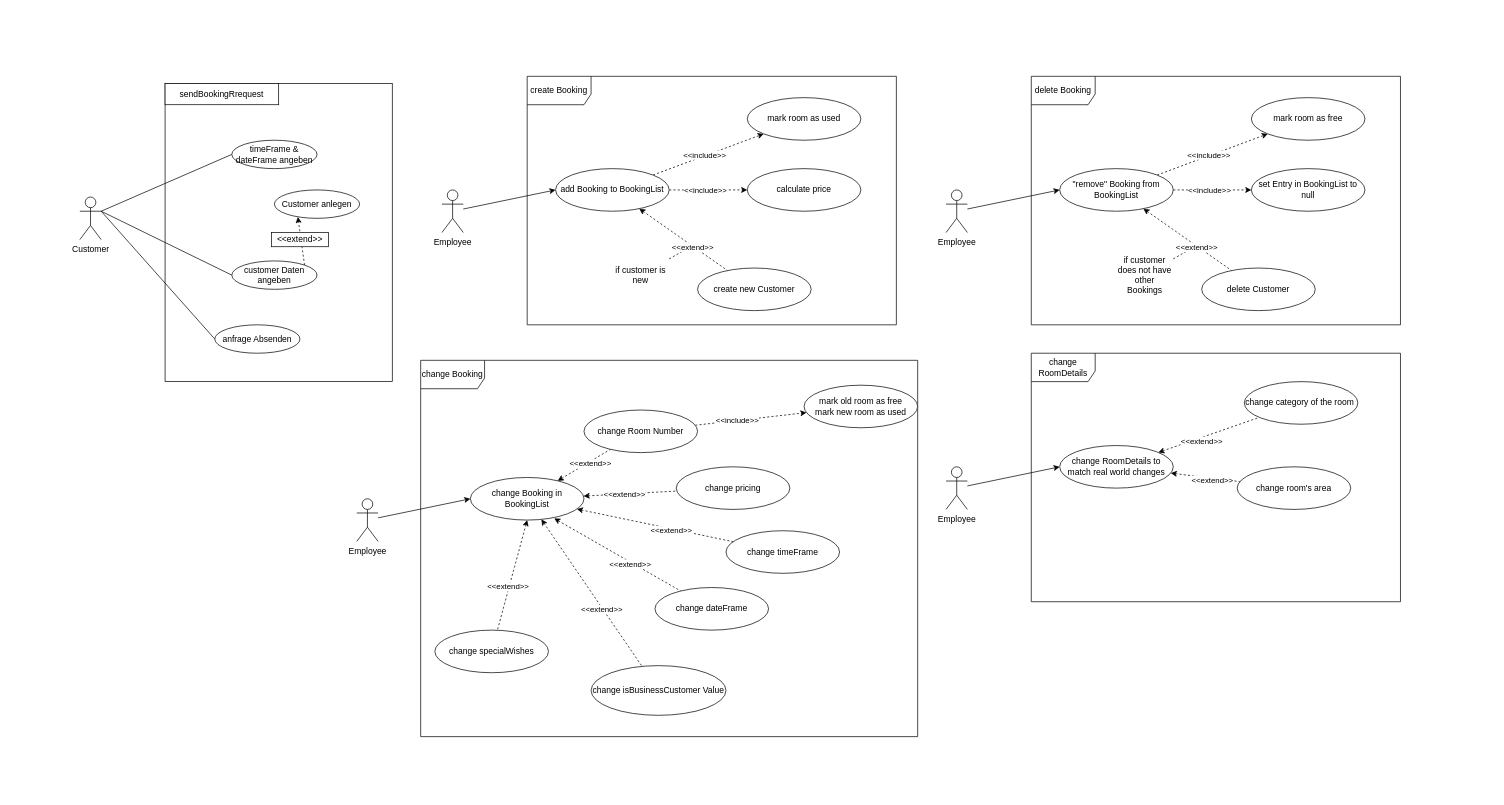
Earlier version of the draw.io diagram Use Case Diagramme.drawio (fh-erfurt/Businesshotel-Roommanager). Source tidied: cells renumbered, new cells numbered last; positions are measured from the earlier drawing's top-left corner, leaving out a move shared by most shapes. Both pictures are drawn from the tidied source at 71%, with x=0, y=0 at pixel (80, 76).
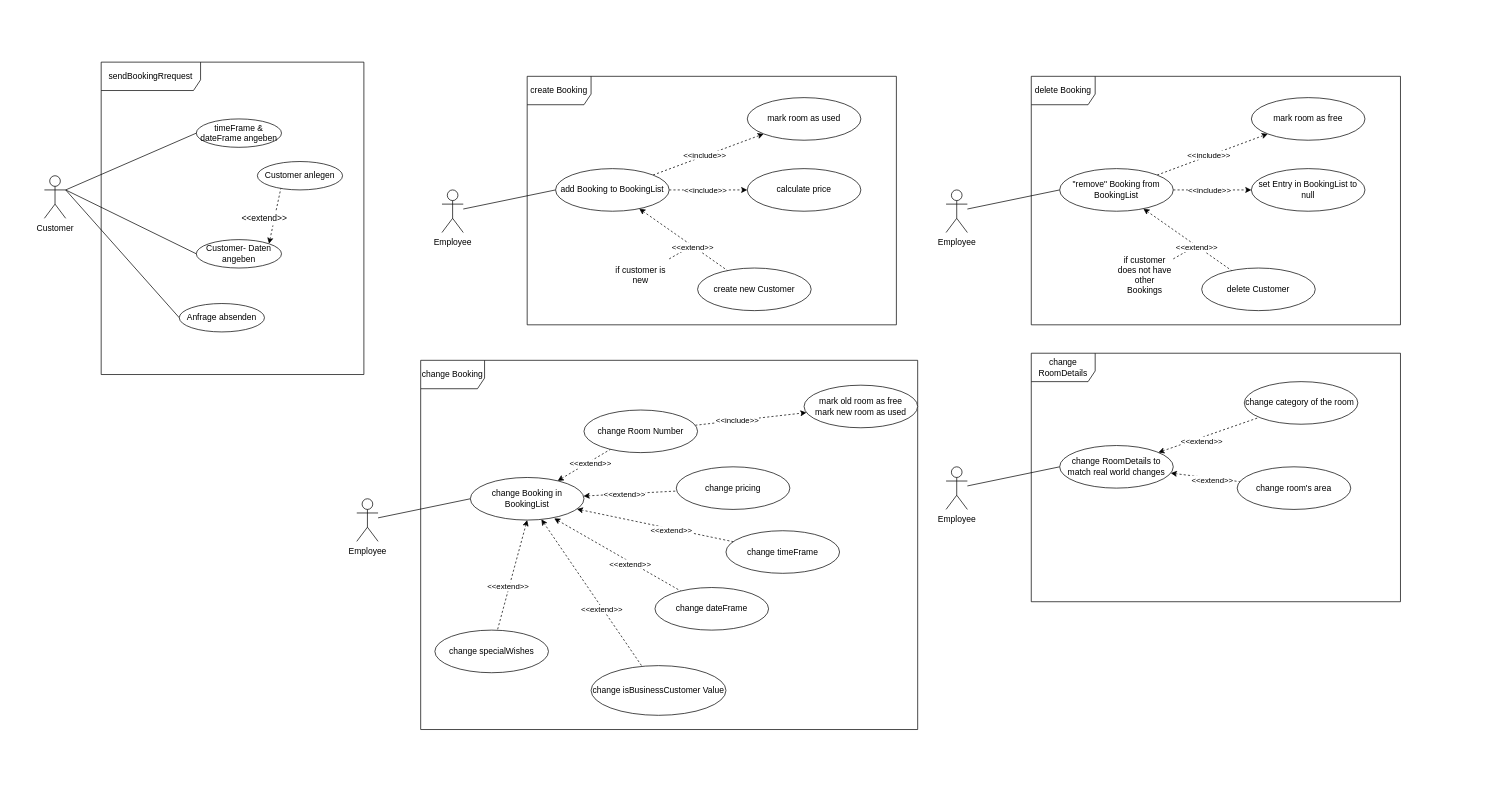
The same page after the edit.

Commit message (it also covers changes not shown here):
feintuning der grafiken

The change refers to these unchanged cells:
```xml
<mxCell id="5" value="Employee" style="shape=umlActor;verticalLabelPosition=bottom;verticalAlign=top;html=1;labelBackgroundColor=#ffffff;" parent="1" vertex="1">
  <mxGeometry x="510" y="160" width="30" height="60" as="geometry" />
</mxCell>
<mxCell id="12" value="add Booking to BookingList" style="ellipse;whiteSpace=wrap;html=1;" parent="1" vertex="1">
  <mxGeometry x="670" y="130" width="160" height="60" as="geometry" />
</mxCell>
<mxCell id="19" value="Employee" style="shape=umlActor;verticalLabelPosition=bottom;verticalAlign=top;html=1;labelBackgroundColor=#ffffff;" parent="1" vertex="1">
  <mxGeometry x="390" y="595" width="30" height="60" as="geometry" />
</mxCell>
<mxCell id="26" value="change Booking in BookingList" style="ellipse;whiteSpace=wrap;html=1;" parent="1" vertex="1">
  <mxGeometry x="550" y="565" width="160" height="60" as="geometry" />
</mxCell>
<mxCell id="35" value="Employee" style="shape=umlActor;verticalLabelPosition=bottom;verticalAlign=top;html=1;labelBackgroundColor=#ffffff;" parent="1" vertex="1">
  <mxGeometry x="1220" y="160" width="30" height="60" as="geometry" />
</mxCell>
<mxCell id="42" value="&quot;remove&quot; Booking from BookingList" style="ellipse;whiteSpace=wrap;html=1;" parent="1" vertex="1">
  <mxGeometry x="1380" y="130" width="160" height="60" as="geometry" />
</mxCell>
<mxCell id="49" value="Employee" style="shape=umlActor;verticalLabelPosition=bottom;verticalAlign=top;html=1;labelBackgroundColor=#ffffff;" parent="1" vertex="1">
  <mxGeometry x="1220" y="550" width="30" height="60" as="geometry" />
</mxCell>
<mxCell id="54" value="change RoomDetails to match real world changes" style="ellipse;whiteSpace=wrap;html=1;" parent="1" vertex="1">
  <mxGeometry x="1380" y="520" width="160" height="60" as="geometry" />
</mxCell>
```

What changed in the source:
```diff
@@
+    <mxCell id="79" style="rounded=0;whiteSpace=wrap;html=1;fillColor=none;strokeColor=none;" parent="1" vertex="1">
+      <mxGeometry x="-95" y="-90" width="2085" height="1100" as="geometry" />
+    </mxCell>
@@
-    <mxCell id="4" style="rounded=0;jettySize=auto;html=1;entryX=0;entryY=0.5;entryDx=0;entryDy=0;" parent="1" edge="1" source="5" target="12">
+    <mxCell id="4" style="rounded=0;jettySize=auto;html=1;entryX=0;entryY=0.5;entryDx=0;entryDy=0;endArrow=none;endFill=0;" parent="1" edge="1" source="5" target="12">
       <mxGeometry relative="1" as="geometry" />
     </mxCell>
@@
     <mxCell id="17" value="change Booking" style="shape=umlFrame;whiteSpace=wrap;html=1;width=90;height=40;" parent="1" vertex="1">
-      <mxGeometry x="480" y="400" width="700" height="530" as="geometry" />
+      <mxGeometry x="480" y="400" width="700" height="520" as="geometry" />
     </mxCell>
-    <mxCell id="18" style="rounded=0;jettySize=auto;html=1;entryX=0;entryY=0.5;entryDx=0;entryDy=0;" parent="1" edge="1" source="19" target="26">
+    <mxCell id="18" style="rounded=0;jettySize=auto;html=1;entryX=0;entryY=0.5;entryDx=0;entryDy=0;endArrow=none;endFill=0;" parent="1" edge="1" source="19" target="26">
       <mxGeometry relative="1" as="geometry" />
     </mxCell>
@@
-    <mxCell id="34" style="rounded=0;jettySize=auto;html=1;entryX=0;entryY=0.5;entryDx=0;entryDy=0;" parent="1" edge="1" source="35" target="42">
+    <mxCell id="34" style="rounded=0;jettySize=auto;html=1;entryX=0;entryY=0.5;entryDx=0;entryDy=0;endArrow=none;endFill=0;" parent="1" edge="1" source="35" target="42">
       <mxGeometry relative="1" as="geometry" />
     </mxCell>
@@
-    <mxCell id="48" style="rounded=0;jettySize=auto;html=1;entryX=0;entryY=0.5;entryDx=0;entryDy=0;" parent="1" edge="1" source="49" target="54">
+    <mxCell id="48" style="rounded=0;jettySize=auto;html=1;entryX=0;entryY=0.5;entryDx=0;entryDy=0;endArrow=none;endFill=0;" parent="1" edge="1" source="49" target="54">
       <mxGeometry relative="1" as="geometry" />
     </mxCell>
@@
-    <mxCell id="67" style="rounded=0;whiteSpace=wrap;html=1;fillColor=none;" parent="1" vertex="1">
-      <mxGeometry x="120" y="10" width="320" height="420" as="geometry" />
-    </mxCell>
-    <mxCell id="68" value="sendBookingRrequest" style="rounded=0;whiteSpace=wrap;html=1;" parent="1" vertex="1">
-      <mxGeometry x="120" y="10" width="160" height="30" as="geometry" />
-    </mxCell>
@@
     <mxCell id="72" value="Customer" style="shape=umlActor;verticalLabelPosition=bottom;labelBackgroundColor=#ffffff;verticalAlign=top;html=1;outlineConnect=0;" parent="1" vertex="1">
-      <mxGeometry y="170" width="30" height="60" as="geometry" />
+      <mxGeometry x="-50" y="140" width="30" height="60" as="geometry" />
     </mxCell>
     <mxCell id="73" value="timeFrame &amp;amp; dateFrame angeben" style="ellipse;whiteSpace=wrap;html=1;" parent="1" vertex="1">
-      <mxGeometry x="214" y="90" width="120" height="40" as="geometry" />
+      <mxGeometry x="164" y="60" width="120" height="40" as="geometry" />
     </mxCell>
     <mxCell id="74" value="Customer anlegen" style="ellipse;whiteSpace=wrap;html=1;" parent="1" vertex="1">
-      <mxGeometry x="274" y="160" width="120" height="40" as="geometry" />
+      <mxGeometry x="250" y="120" width="120" height="40" as="geometry" />
     </mxCell>
-    <mxCell id="75" style="edgeStyle=none;rounded=0;jettySize=auto;html=1;exitX=1;exitY=0;exitDx=0;exitDy=0;entryX=0.275;entryY=0.95;entryDx=0;entryDy=0;endArrow=classic;endFill=1;dashed=1;entryPerimeter=0;" parent="1" edge="1" source="76" target="74">
+    <mxCell id="75" style="edgeStyle=none;rounded=0;jettySize=auto;html=1;exitX=1;exitY=0;exitDx=0;exitDy=0;entryX=0.275;entryY=0.95;entryDx=0;entryDy=0;endArrow=none;endFill=0;dashed=1;entryPerimeter=0;startArrow=classic;startFill=1;" parent="1" edge="1" source="76" target="74">
       <mxGeometry relative="1" as="geometry" />
     </mxCell>
-    <mxCell id="76" value="customer Daten angeben" style="ellipse;whiteSpace=wrap;html=1;" parent="1" vertex="1">
-      <mxGeometry x="214" y="260" width="120" height="40" as="geometry" />
+    <mxCell id="76" value="Customer- Daten angeben" style="ellipse;whiteSpace=wrap;html=1;" parent="1" vertex="1">
+      <mxGeometry x="164" y="230" width="120" height="40" as="geometry" />
     </mxCell>
-    <mxCell id="77" value="anfrage Absenden" style="ellipse;whiteSpace=wrap;html=1;" parent="1" vertex="1">
-      <mxGeometry x="190" y="350" width="120" height="40" as="geometry" />
+    <mxCell id="77" value="Anfrage absenden" style="ellipse;whiteSpace=wrap;html=1;" parent="1" vertex="1">
+      <mxGeometry x="140" y="320" width="120" height="40" as="geometry" />
     </mxCell>
-    <mxCell id="78" value="&amp;lt;&amp;lt;extend&amp;gt;&amp;gt;" style="rounded=0;whiteSpace=wrap;html=1;" parent="1" vertex="1">
-      <mxGeometry x="270" y="220" width="80" height="20" as="geometry" />
+    <mxCell id="78" value="&amp;lt;&amp;lt;extend&amp;gt;&amp;gt;" style="rounded=0;whiteSpace=wrap;html=1;strokeColor=none;" parent="1" vertex="1">
+      <mxGeometry x="220" y="190" width="80" height="20" as="geometry" />
     </mxCell>
+    <mxCell id="68" value="sendBookingRrequest" style="shape=umlFrame;whiteSpace=wrap;html=1;width=140;height=40;" parent="1" vertex="1">
+      <mxGeometry x="30" y="-20" width="370" height="440" as="geometry" />
+    </mxCell>
```
